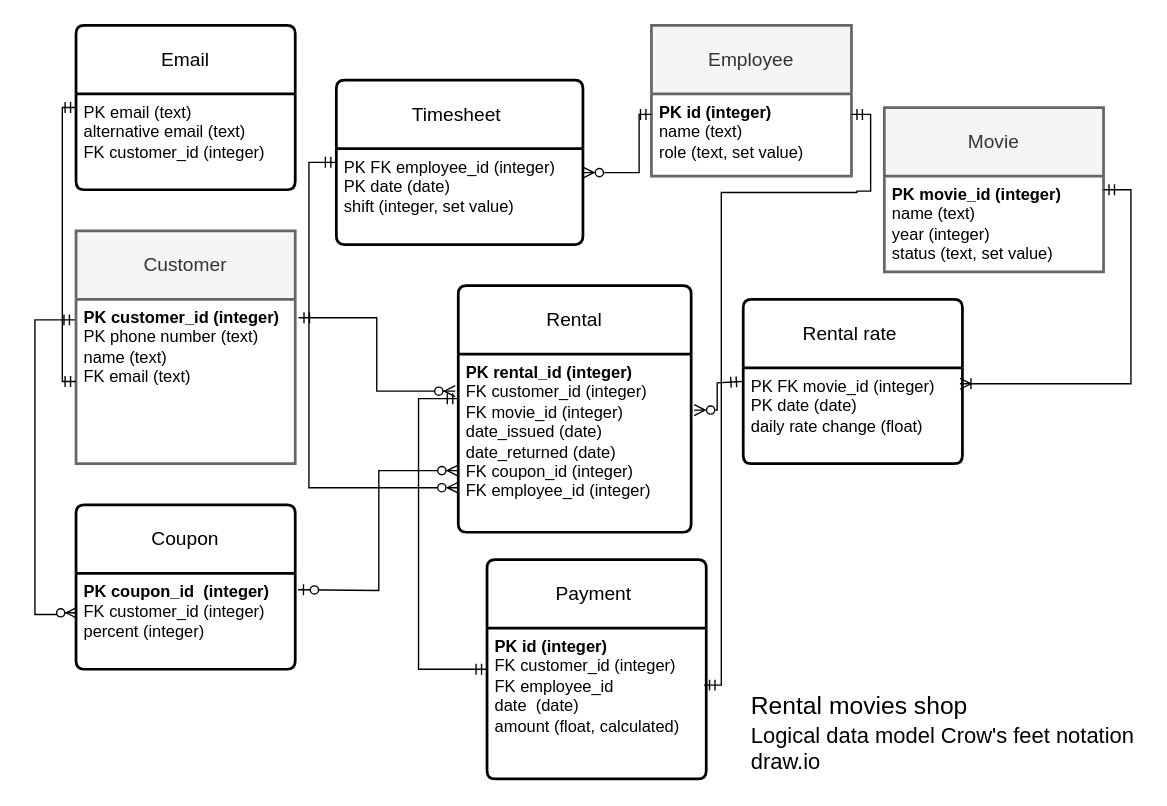
Above: logical rental movie shop.drawio in boudzela/data_model_rental_movie_shop (draw.io), before the change. Source tidied: cells renumbered, new cells numbered last; positions are measured from the earlier drawing's top-left corner, leaving out a move shared by most shapes. Both pictures are drawn from the tidied source at 137%, with x=0, y=0 at pixel (34, 25).
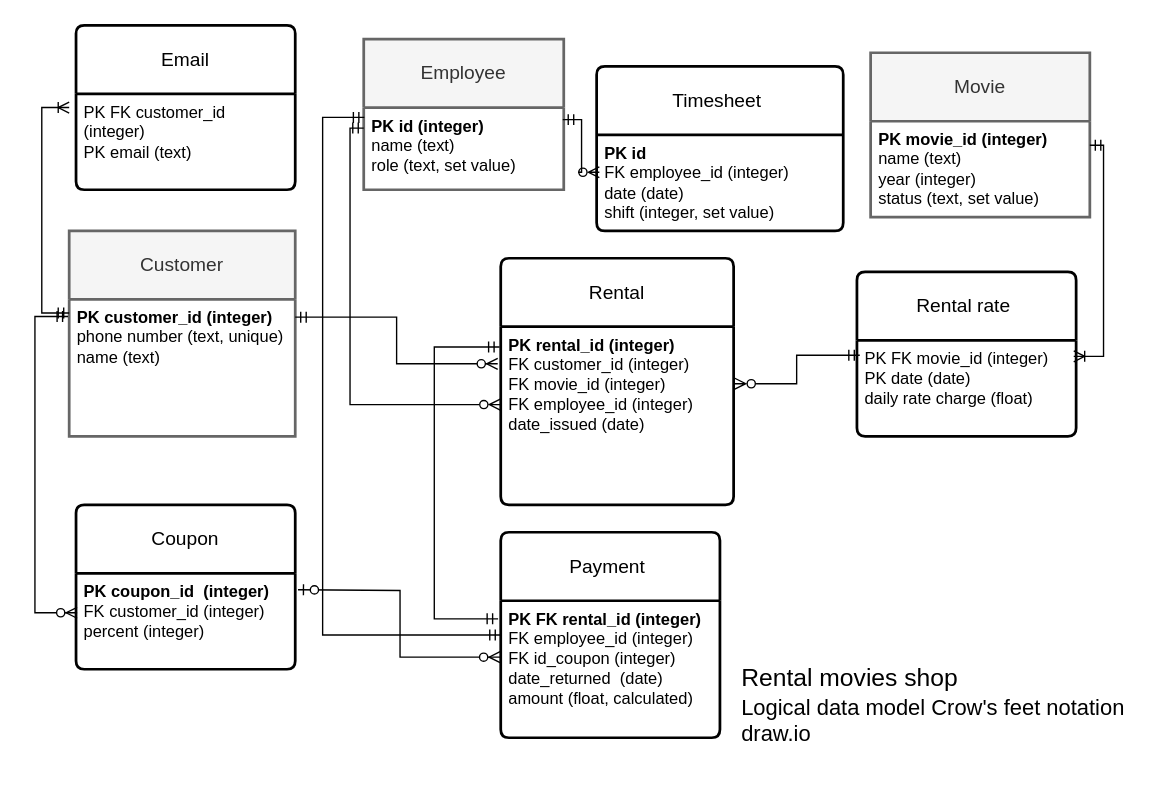
Above is the later version.

The change refers to these unchanged cells:
```xml
<mxCell id="5" value="&lt;b&gt;PK coupon_id&amp;nbsp; (integer)&lt;/b&gt;&lt;br&gt;FK customer_id (integer)&lt;br&gt;percent (integer)" style="align=left;strokeColor=none;fillColor=none;spacingLeft=4;spacingRight=4;fontSize=12;verticalAlign=top;html=1;whiteSpace=wrap;" parent="4" vertex="1">
  <mxGeometry y="50" width="160" height="70" as="geometry" />
</mxCell>
<mxCell id="10" value="&lt;b&gt;PK movie_id (integer)&lt;/b&gt;&lt;br&gt;name (text)&lt;div&gt;year (integer)&lt;br&gt;status (text, set value)&lt;/div&gt;" style="align=left;strokeColor=none;fillColor=none;spacingLeft=4;spacingRight=4;fontSize=12;verticalAlign=top;html=1;whiteSpace=wrap;" parent="9" vertex="1">
  <mxGeometry y="50" width="160" height="70" as="geometry" />
</mxCell>
<mxCell id="17" value="Email" style="swimlane;horizontal=1;startSize=50;rounded=1;fontSize=14;fontStyle=0;strokeWidth=2;shadow=0;dashed=0;align=center;arcSize=4;whiteSpace=wrap;html=1;" parent="1" vertex="1">
  <mxGeometry x="30" width="160" height="120" as="geometry" />
</mxCell>
<mxCell id="21" value="&lt;b&gt;PK id (integer)&lt;/b&gt;&lt;div&gt;name (text)&lt;/div&gt;&lt;div&gt;role (text, set value)&lt;/div&gt;" style="align=left;strokeColor=none;fillColor=none;spacingLeft=4;spacingRight=4;fontSize=12;verticalAlign=top;html=1;whiteSpace=wrap;" parent="20" vertex="1">
  <mxGeometry y="50" width="146" height="60" as="geometry" />
</mxCell>
```

What changed in the source:
```diff
@@
     <mxCell id="2" value="Customer" style="swimlane;horizontal=1;startSize=50;fontSize=14;fontStyle=0;strokeWidth=2;shadow=0;dashed=0;align=center;arcSize=4;whiteSpace=wrap;html=1;fillColor=#f5f5f5;fontColor=#333333;strokeColor=#666666;" parent="1" vertex="1">
-      <mxGeometry x="30" y="150" width="160" height="170" as="geometry" />
+      <mxGeometry x="25" y="150" width="165" height="150" as="geometry" />
     </mxCell>
-    <mxCell id="3" value="&lt;b&gt;PK customer_id (integer)&lt;/b&gt;&lt;br&gt;PK phone number (text)&lt;br&gt;name (text)&lt;br&gt;&lt;div&gt;FK email (text)&lt;/div&gt;&lt;div&gt;&lt;br&gt;&lt;/div&gt;" style="align=left;strokeColor=none;fillColor=none;spacingLeft=4;spacingRight=4;fontSize=12;verticalAlign=top;html=1;whiteSpace=wrap;" parent="2" vertex="1">
-      <mxGeometry y="50" width="160" height="120" as="geometry" />
+    <mxCell id="3" value="&lt;b&gt;PK customer_id (integer)&lt;/b&gt;&lt;br&gt;phone number (text, unique)&lt;br&gt;name (text)&lt;div&gt;&lt;br&gt;&lt;/div&gt;" style="align=left;strokeColor=none;fillColor=none;spacingLeft=4;spacingRight=4;fontSize=12;verticalAlign=top;html=1;whiteSpace=wrap;" parent="2" vertex="1">
+      <mxGeometry y="50" width="165" height="100" as="geometry" />
     </mxCell>
@@
     <mxCell id="6" value="Rental" style="swimlane;horizontal=1;startSize=50;rounded=1;fontSize=14;fontStyle=0;strokeWidth=2;shadow=0;dashed=0;align=center;arcSize=4;whiteSpace=wrap;html=1;" parent="1" vertex="1">
-      <mxGeometry x="309" y="190" width="170" height="180" as="geometry" />
+      <mxGeometry x="340" y="170" width="170" height="180" as="geometry" />
     </mxCell>
-    <mxCell id="7" style="edgeStyle=orthogonalEdgeStyle;fontSize=12;html=1;endArrow=ERmandOne;startArrow=ERzeroToMany;rounded=0;exitX=1.013;exitY=0.314;exitDx=0;exitDy=0;exitPerimeter=0;startFill=0;" parent="6" edge="1" source="8">
-      <mxGeometry relative="1" as="geometry">
-        <mxPoint x="207" y="70" as="targetPoint" />
-        <Array as="points">
-          <mxPoint x="189" y="91" />
-          <mxPoint x="189" y="71" />
-        </Array>
-      </mxGeometry>
-    </mxCell>
-    <mxCell id="8" value="&lt;b&gt;PK rental_id (integer)&lt;/b&gt;&lt;br&gt;FK customer_id (integer)&lt;br&gt;FK movie_id (integer)&lt;div&gt;date_issued (date)&lt;/div&gt;&lt;div&gt;date_returned (date)&amp;nbsp;&amp;nbsp;&lt;/div&gt;&lt;div&gt;FK coupon_id (integer)&lt;/div&gt;&lt;div&gt;FK employee_id (integer)&lt;/div&gt;" style="align=left;strokeColor=none;fillColor=none;spacingLeft=4;spacingRight=4;fontSize=12;verticalAlign=top;html=1;whiteSpace=wrap;" parent="6" vertex="1">
+    <mxCell id="8" value="&lt;b&gt;PK rental_id (integer)&lt;/b&gt;&lt;br&gt;FK customer_id (integer)&lt;br&gt;FK movie_id (integer)&lt;div&gt;FK employee_id (integer)&lt;br&gt;&lt;div&gt;date_issued (date)&lt;span style=&quot;background-color: transparent; color: light-dark(rgb(0, 0, 0), rgb(255, 255, 255));&quot;&gt;&amp;nbsp;&amp;nbsp;&lt;/span&gt;&lt;/div&gt;&lt;div&gt;&lt;br&gt;&lt;/div&gt;&lt;/div&gt;" style="align=left;strokeColor=none;fillColor=none;spacingLeft=4;spacingRight=4;fontSize=12;verticalAlign=top;html=1;whiteSpace=wrap;" parent="6" vertex="1">
       <mxGeometry y="50" width="170" height="130" as="geometry" />
     </mxCell>
     <mxCell id="9" value="Movie" style="swimlane;horizontal=1;startSize=50;fontSize=14;fontStyle=0;strokeWidth=2;shadow=0;dashed=0;align=center;arcSize=4;whiteSpace=wrap;html=1;fillColor=#f5f5f5;fontColor=#333333;strokeColor=#666666;" parent="1" vertex="1">
-      <mxGeometry x="620" y="60" width="160" height="120" as="geometry" />
+      <mxGeometry x="610" y="20" width="160" height="120" as="geometry" />
     </mxCell>
@@
     <mxCell id="11" value="Rental rate&amp;nbsp;" style="swimlane;horizontal=1;startSize=50;rounded=1;fontSize=14;fontStyle=0;strokeWidth=2;shadow=0;dashed=0;align=center;arcSize=4;whiteSpace=wrap;html=1;" parent="1" vertex="1">
-      <mxGeometry x="517" y="200" width="160" height="120" as="geometry" />
+      <mxGeometry x="600" y="180" width="160" height="120" as="geometry" />
     </mxCell>
-    <mxCell id="12" value="PK FK movie_id (integer)&lt;div&gt;PK date (date)&lt;/div&gt;&lt;div&gt;daily rate change (float)&amp;nbsp;&amp;nbsp;&lt;/div&gt;" style="align=left;strokeColor=none;fillColor=none;spacingLeft=4;spacingRight=4;fontSize=12;verticalAlign=top;html=1;whiteSpace=wrap;" parent="11" vertex="1">
+    <mxCell id="12" value="PK FK movie_id (integer)&lt;div&gt;PK date (date)&lt;/div&gt;&lt;div&gt;daily rate charge (float)&amp;nbsp;&amp;nbsp;&lt;/div&gt;" style="align=left;strokeColor=none;fillColor=none;spacingLeft=4;spacingRight=4;fontSize=12;verticalAlign=top;html=1;whiteSpace=wrap;" parent="11" vertex="1">
       <mxGeometry y="50" width="160" height="70" as="geometry" />
     </mxCell>
-    <mxCell id="13" style="edgeStyle=orthogonalEdgeStyle;fontSize=12;html=1;endArrow=ERzeroToMany;startArrow=ERmandOne;rounded=0;exitX=1.015;exitY=0.112;exitDx=0;exitDy=0;exitPerimeter=0;entryX=-0.013;entryY=0.208;entryDx=0;entryDy=0;entryPerimeter=0;" parent="1" edge="1" source="3" target="8">
-      <mxGeometry relative="1" as="geometry" />
+    <mxCell id="13" style="edgeStyle=elbowEdgeStyle;fontSize=12;html=1;endArrow=ERzeroToMany;startArrow=ERmandOne;rounded=0;entryX=-0.013;entryY=0.208;entryDx=0;entryDy=0;entryPerimeter=0;" parent="1" edge="1" target="8">
+      <mxGeometry relative="1" as="geometry">
+        <mxPoint x="190" y="213" as="sourcePoint" />
+      </mxGeometry>
     </mxCell>
-    <mxCell id="14" style="edgeStyle=orthogonalEdgeStyle;fontSize=12;html=1;endArrow=ERzeroToMany;startArrow=ERzeroToOne;rounded=0;entryX=0;entryY=0.75;entryDx=0;entryDy=0;" parent="1" edge="1" target="6">
+    <mxCell id="14" style="edgeStyle=orthogonalEdgeStyle;fontSize=12;html=1;endArrow=ERzeroToMany;startArrow=ERzeroToOne;rounded=0;entryX=-0.003;entryY=0.412;entryDx=0;entryDy=0;entryPerimeter=0;" parent="1" edge="1" target="33">
       <mxGeometry relative="1" as="geometry">
         <mxPoint x="192" y="412" as="sourcePoint" />
       </mxGeometry>
     </mxCell>
-    <mxCell id="15" style="edgeStyle=orthogonalEdgeStyle;fontSize=12;html=1;endArrow=ERoneToMany;startArrow=ERmandOne;rounded=0;entryX=0.989;entryY=0.166;entryDx=0;entryDy=0;entryPerimeter=0;" parent="1" edge="1" source="10" target="12">
+    <mxCell id="15" style="edgeStyle=orthogonalEdgeStyle;fontSize=12;html=1;endArrow=ERoneToMany;startArrow=ERmandOne;rounded=0;entryX=0.989;entryY=0.166;entryDx=0;entryDy=0;entryPerimeter=0;exitX=1;exitY=0.25;exitDx=0;exitDy=0;" parent="1" edge="1" source="10" target="12">
       <mxGeometry relative="1" as="geometry">
         <Array as="points">
-          <mxPoint x="800" y="120" />
-          <mxPoint x="800" y="262" />
+          <mxPoint x="780" y="88" />
+          <mxPoint x="780" y="242" />
         </Array>
       </mxGeometry>
     </mxCell>
     <mxCell id="16" value="&lt;font face=&quot;Helvetica&quot; style=&quot;font-size: 18px;&quot;&gt;Rental movies shop&amp;nbsp;&lt;/font&gt;&lt;div&gt;&lt;font face=&quot;Helvetica&quot; size=&quot;3&quot;&gt;Logical data model&amp;nbsp;&lt;span style=&quot;background-color: rgb(255, 255, 255);&quot;&gt;Crow's feet notation&lt;/span&gt;&lt;/font&gt;&lt;/div&gt;&lt;div&gt;&lt;font face=&quot;Helvetica&quot; size=&quot;3&quot;&gt;&lt;span style=&quot;background-color: rgb(255, 255, 255);&quot;&gt;draw.io&lt;/span&gt;&lt;/font&gt;&lt;/div&gt;" style="text;strokeColor=none;fillColor=none;spacingLeft=4;spacingRight=4;overflow=hidden;fontSize=12;whiteSpace=wrap;html=1;" parent="1" vertex="1">
-      <mxGeometry x="517" y="480" width="290" height="70" as="geometry" />
+      <mxGeometry x="510" y="460" width="293" height="70" as="geometry" />
     </mxCell>
@@
-    <mxCell id="18" value="PK email (text)&lt;div&gt;alternative email (text)&amp;nbsp;&amp;nbsp;&lt;/div&gt;&lt;div&gt;FK customer_id (integer)&lt;/div&gt;" style="align=left;strokeColor=none;fillColor=none;spacingLeft=4;spacingRight=4;fontSize=12;verticalAlign=top;html=1;whiteSpace=wrap;" parent="17" vertex="1">
+    <mxCell id="18" value="&lt;div&gt;&lt;span style=&quot;background-color: transparent; color: light-dark(rgb(0, 0, 0), rgb(255, 255, 255));&quot;&gt;PK FK customer_id (integer)&lt;/span&gt;&lt;/div&gt;&lt;div&gt;&lt;span style=&quot;background-color: transparent; color: light-dark(rgb(0, 0, 0), rgb(255, 255, 255));&quot;&gt;PK email (text)&amp;nbsp;&lt;/span&gt;&lt;/div&gt;" style="align=left;strokeColor=none;fillColor=none;spacingLeft=4;spacingRight=4;fontSize=12;verticalAlign=top;html=1;whiteSpace=wrap;" parent="17" vertex="1">
       <mxGeometry y="50" width="160" height="70" as="geometry" />
     </mxCell>
-    <mxCell id="19" style="edgeStyle=elbowEdgeStyle;fontSize=12;html=1;endArrow=ERmandOne;startArrow=ERzeroToMany;rounded=0;exitX=0;exitY=0.75;exitDx=0;exitDy=0;startFill=0;" parent="17" edge="1" source="8">
-      <mxGeometry relative="1" as="geometry">
-        <mxPoint x="190" y="100" as="targetPoint" />
-        <Array as="points">
-          <mxPoint x="170" y="210" />
-        </Array>
-      </mxGeometry>
-    </mxCell>
     <mxCell id="20" value="Employee" style="swimlane;horizontal=1;startSize=50;fontSize=14;fontStyle=0;strokeWidth=2;shadow=0;dashed=0;align=center;arcSize=4;whiteSpace=wrap;html=1;fillColor=#f5f5f5;fontColor=#333333;strokeColor=#666666;" parent="1" vertex="1">
-      <mxGeometry x="450" width="146" height="110" as="geometry" />
+      <mxGeometry x="240" y="10" width="146" height="110" as="geometry" />
     </mxCell>
@@
     <mxCell id="24" value="Payment&amp;nbsp;" style="swimlane;horizontal=1;startSize=50;rounded=1;fontSize=14;fontStyle=0;strokeWidth=2;shadow=0;dashed=0;align=center;arcSize=4;whiteSpace=wrap;html=1;" parent="1" vertex="1">
-      <mxGeometry x="330" y="390" width="160" height="160" as="geometry" />
+      <mxGeometry x="340" y="370" width="160" height="150" as="geometry" />
     </mxCell>
-    <mxCell id="25" value="&lt;b&gt;PK id (integer)&lt;/b&gt;&lt;div&gt;FK customer_id (integer)&lt;/div&gt;&lt;div&gt;FK employee_id&amp;nbsp;&lt;/div&gt;&lt;div&gt;date&amp;nbsp; (date)&lt;/div&gt;&lt;div&gt;amount (float, calculated)&lt;/div&gt;" style="align=left;strokeColor=none;fillColor=none;spacingLeft=4;spacingRight=4;fontSize=12;verticalAlign=top;html=1;whiteSpace=wrap;" parent="24" vertex="1">
-      <mxGeometry y="50" width="160" height="110" as="geometry" />
-    </mxCell>
+    <mxCell id="33" value="&lt;div&gt;&lt;b&gt;PK FK rental_id (integer)&lt;/b&gt;&lt;/div&gt;&lt;div&gt;FK employee_id (integer)&amp;nbsp;&lt;/div&gt;&lt;div&gt;FK id_coupon (integer)&lt;/div&gt;&lt;div&gt;date_returned&amp;nbsp; (date)&lt;/div&gt;&lt;div&gt;amount (float, calculated)&lt;/div&gt;&lt;div&gt;&lt;br&gt;&lt;/div&gt;" style="align=left;strokeColor=none;fillColor=none;spacingLeft=4;spacingRight=4;fontSize=12;verticalAlign=top;html=1;whiteSpace=wrap;" parent="24" vertex="1">
+      <mxGeometry y="50" width="160" height="100" as="geometry" />
+    </mxCell>
-    <mxCell id="26" style="edgeStyle=orthogonalEdgeStyle;fontSize=12;html=1;endArrow=ERzeroToMany;startArrow=ERmandOne;rounded=0;exitX=-0.005;exitY=0.125;exitDx=0;exitDy=0;exitPerimeter=0;entryX=0.005;entryY=0.411;entryDx=0;entryDy=0;entryPerimeter=0;" parent="1" edge="1" source="3" target="5">
+    <mxCell id="26" style="edgeStyle=elbowEdgeStyle;fontSize=12;html=1;endArrow=ERzeroToMany;startArrow=ERmandOne;rounded=0;exitX=-0.005;exitY=0.125;exitDx=0;exitDy=0;exitPerimeter=0;entryX=0.005;entryY=0.411;entryDx=0;entryDy=0;entryPerimeter=0;" parent="1" edge="1" source="3" target="5">
       <mxGeometry relative="1" as="geometry">
         <Array as="points">
-          <mxPoint y="215" />
-          <mxPoint y="430" />
-          <mxPoint x="20" y="430" />
-          <mxPoint x="20" y="429" />
+          <mxPoint y="320" />
         </Array>
       </mxGeometry>
     </mxCell>
-    <mxCell id="27" style="edgeStyle=orthogonalEdgeStyle;fontSize=12;html=1;endArrow=ERmandOne;startArrow=ERmandOne;rounded=0;entryX=0;entryY=0.143;entryDx=0;entryDy=0;entryPerimeter=0;exitX=0;exitY=0.5;exitDx=0;exitDy=0;" parent="1" edge="1" source="3" target="18">
-      <mxGeometry relative="1" as="geometry" />
+    <mxCell id="27" style="edgeStyle=orthogonalEdgeStyle;fontSize=12;html=1;endArrow=ERoneToMany;startArrow=ERmandOne;rounded=0;entryX=0;entryY=0.143;entryDx=0;entryDy=0;entryPerimeter=0;endFill=0;" parent="1" edge="1">
+      <mxGeometry relative="1" as="geometry">
+        <mxPoint x="25" y="210" as="sourcePoint" />
+        <mxPoint x="25" y="60" as="targetPoint" />
+        <Array as="points">
+          <mxPoint x="5" y="210" />
+          <mxPoint x="5" y="60" />
+        </Array>
+      </mxGeometry>
     </mxCell>
     <mxCell id="28" value="Timesheet&amp;nbsp;" style="swimlane;horizontal=1;startSize=50;rounded=1;fontSize=14;fontStyle=0;strokeWidth=2;shadow=0;dashed=0;align=center;arcSize=4;whiteSpace=wrap;html=1;" parent="1" vertex="1">
-      <mxGeometry x="220" y="40" width="180" height="120" as="geometry" />
+      <mxGeometry x="410" y="30" width="180" height="120" as="geometry" />
     </mxCell>
-    <mxCell id="29" value="PK FK employee_id (integer)&lt;div&gt;PK date (date)&lt;/div&gt;&lt;div&gt;shift (integer, set value)&lt;/div&gt;" style="align=left;strokeColor=none;fillColor=none;spacingLeft=4;spacingRight=4;fontSize=12;verticalAlign=top;html=1;whiteSpace=wrap;" parent="28" vertex="1">
+    <mxCell id="29" value="&lt;div&gt;&lt;b&gt;PK id&amp;nbsp;&lt;/b&gt;&lt;/div&gt;&lt;div&gt;&lt;span style=&quot;background-color: transparent; color: light-dark(rgb(0, 0, 0), rgb(255, 255, 255));&quot;&gt;FK employee_id (integer)&lt;/span&gt;&lt;/div&gt;&lt;div&gt;date (date)&lt;/div&gt;&lt;div&gt;shift (integer, set value)&lt;/div&gt;" style="align=left;strokeColor=none;fillColor=none;spacingLeft=4;spacingRight=4;fontSize=12;verticalAlign=top;html=1;whiteSpace=wrap;" parent="28" vertex="1">
       <mxGeometry y="50" width="180" height="70" as="geometry" />
     </mxCell>
-    <mxCell id="30" style="edgeStyle=orthogonalEdgeStyle;fontSize=12;html=1;endArrow=ERmandOne;rounded=0;exitX=1;exitY=0.25;exitDx=0;exitDy=0;entryX=0;entryY=0.25;entryDx=0;entryDy=0;startArrow=ERzeroToMany;startFill=0;" parent="1" edge="1" source="29" target="21">
-      <mxGeometry relative="1" as="geometry">
-        <Array as="points">
-          <mxPoint x="441" y="108" />
-          <mxPoint x="441" y="65" />
-        </Array>
-      </mxGeometry>
+    <mxCell id="30" style="fontSize=12;html=1;endArrow=ERmandOne;rounded=0;entryX=0.995;entryY=0.147;entryDx=0;entryDy=0;startArrow=ERzeroToMany;startFill=0;exitX=0.011;exitY=0.389;exitDx=0;exitDy=0;exitPerimeter=0;entryPerimeter=0;endFill=0;edgeStyle=elbowEdgeStyle;" parent="1" edge="1" source="29" target="21">
+      <mxGeometry relative="1" as="geometry" />
     </mxCell>
-    <mxCell id="31" style="edgeStyle=orthogonalEdgeStyle;fontSize=12;html=1;endArrow=ERmandOne;startArrow=ERmandOne;rounded=0;entryX=0;entryY=0.5;entryDx=0;entryDy=0;startFill=0;exitX=0;exitY=0.25;exitDx=0;exitDy=0;" parent="1" edge="1" source="8" target="24">
+    <mxCell id="31" style="edgeStyle=elbowEdgeStyle;fontSize=12;html=1;endArrow=ERmandOne;startArrow=ERmandOne;rounded=0;startFill=0;exitX=-0.005;exitY=0.114;exitDx=0;exitDy=0;exitPerimeter=0;entryX=-0.012;entryY=0.132;entryDx=0;entryDy=0;entryPerimeter=0;" parent="1" edge="1" source="8" target="33">
       <mxGeometry relative="1" as="geometry">
         <Array as="points">
-          <mxPoint x="280" y="273" />
-          <mxPoint x="280" y="470" />
+          <mxPoint x="291.5" y="365" />
         </Array>
       </mxGeometry>
     </mxCell>
-    <mxCell id="32" style="fontSize=12;html=1;endArrow=ERmandOne;startArrow=ERmandOne;rounded=0;startFill=0;entryX=0.99;entryY=0.378;entryDx=0;entryDy=0;edgeStyle=orthogonalEdgeStyle;entryPerimeter=0;exitX=1;exitY=0.25;exitDx=0;exitDy=0;" parent="1" edge="1" source="21" target="25">
-      <mxGeometry relative="1" as="geometry">
-        <Array as="points">
-          <mxPoint x="610" y="65" />
-          <mxPoint x="610" y="121" />
-          <mxPoint x="600" y="121" />
-          <mxPoint x="600" y="122" />
-          <mxPoint x="501" y="122" />
-          <mxPoint x="501" y="482" />
-        </Array>
-      </mxGeometry>
-    </mxCell>
+    <mxCell id="19" style="edgeStyle=elbowEdgeStyle;fontSize=12;html=1;endArrow=ERmandOne;startArrow=ERzeroToMany;rounded=0;startFill=0;entryX=0;entryY=0.25;entryDx=0;entryDy=0;exitX=-0.002;exitY=0.437;exitDx=0;exitDy=0;exitPerimeter=0;" parent="1" edge="1" source="8" target="21">
+      <mxGeometry relative="1" as="geometry">
+        <Array as="points">
+          <mxPoint x="230" y="160" />
+          <mxPoint x="210" y="130" />
+          <mxPoint x="200" y="210" />
+        </Array>
+      </mxGeometry>
+    </mxCell>
+    <mxCell id="34" style="edgeStyle=elbowEdgeStyle;fontSize=12;html=1;endArrow=ERmandOne;startArrow=ERmandOne;rounded=0;entryX=0.003;entryY=0.12;entryDx=0;entryDy=0;entryPerimeter=0;exitX=0;exitY=0.25;exitDx=0;exitDy=0;" parent="1" edge="1" source="33" target="21">
+      <mxGeometry relative="1" as="geometry">
+        <Array as="points">
+          <mxPoint x="210" y="280" />
+        </Array>
+      </mxGeometry>
+    </mxCell>
+    <mxCell id="7" style="edgeStyle=elbowEdgeStyle;fontSize=12;html=1;endArrow=ERmandOne;startArrow=ERzeroToMany;rounded=0;startFill=0;entryX=0.013;entryY=0.154;entryDx=0;entryDy=0;entryPerimeter=0;exitX=1.005;exitY=0.32;exitDx=0;exitDy=0;exitPerimeter=0;" parent="1" edge="1" source="8" target="12">
+      <mxGeometry relative="1" as="geometry" />
+    </mxCell>
```
